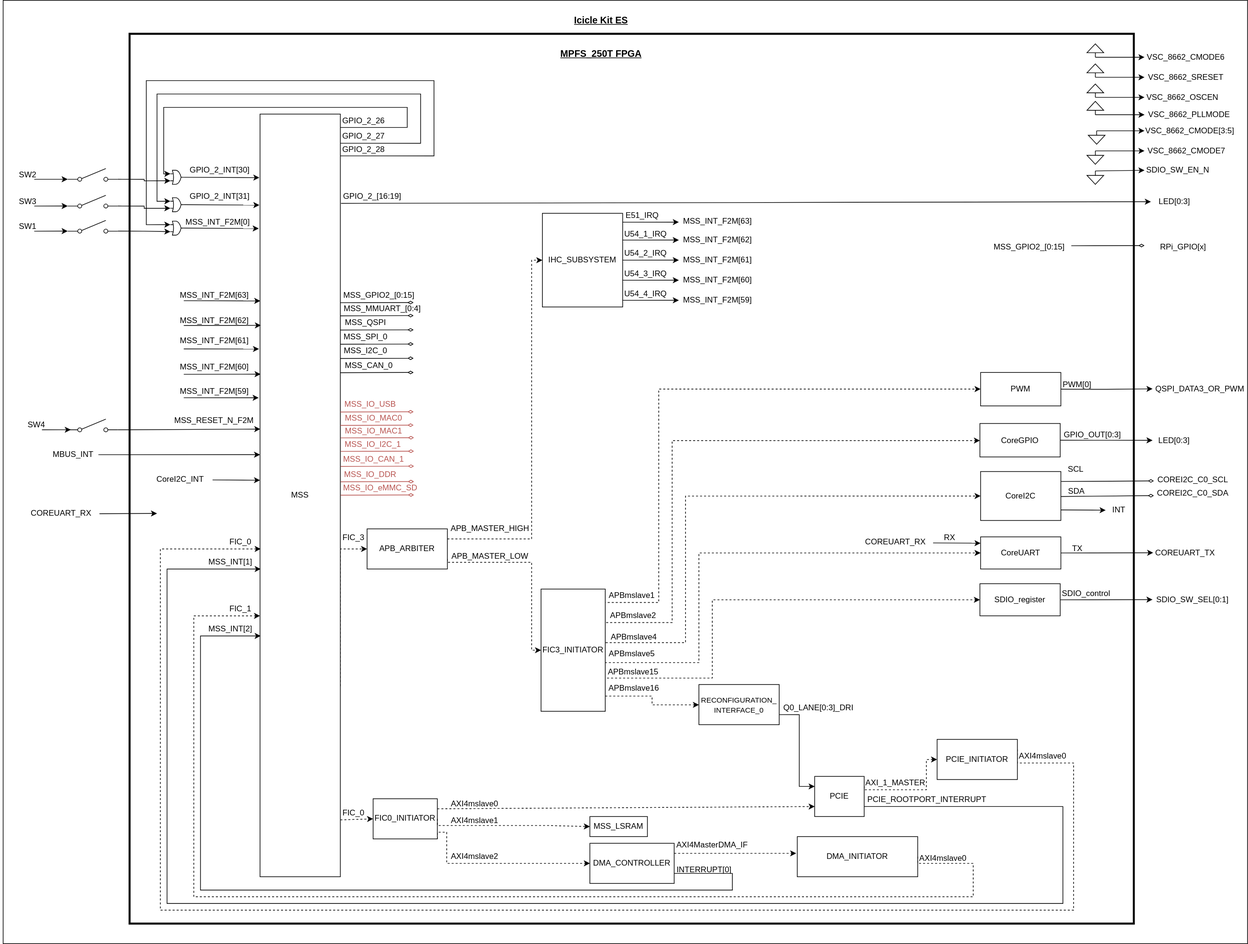
Earlier version of the draw.io export diagrams/block_diagram.svg (polarfire-soc/icicle-kit-reference-design). Source tidied: cells renumbered, new cells last; positions are measured from the earlier drawing's top-left corner, leaving out a move shared by most shapes.
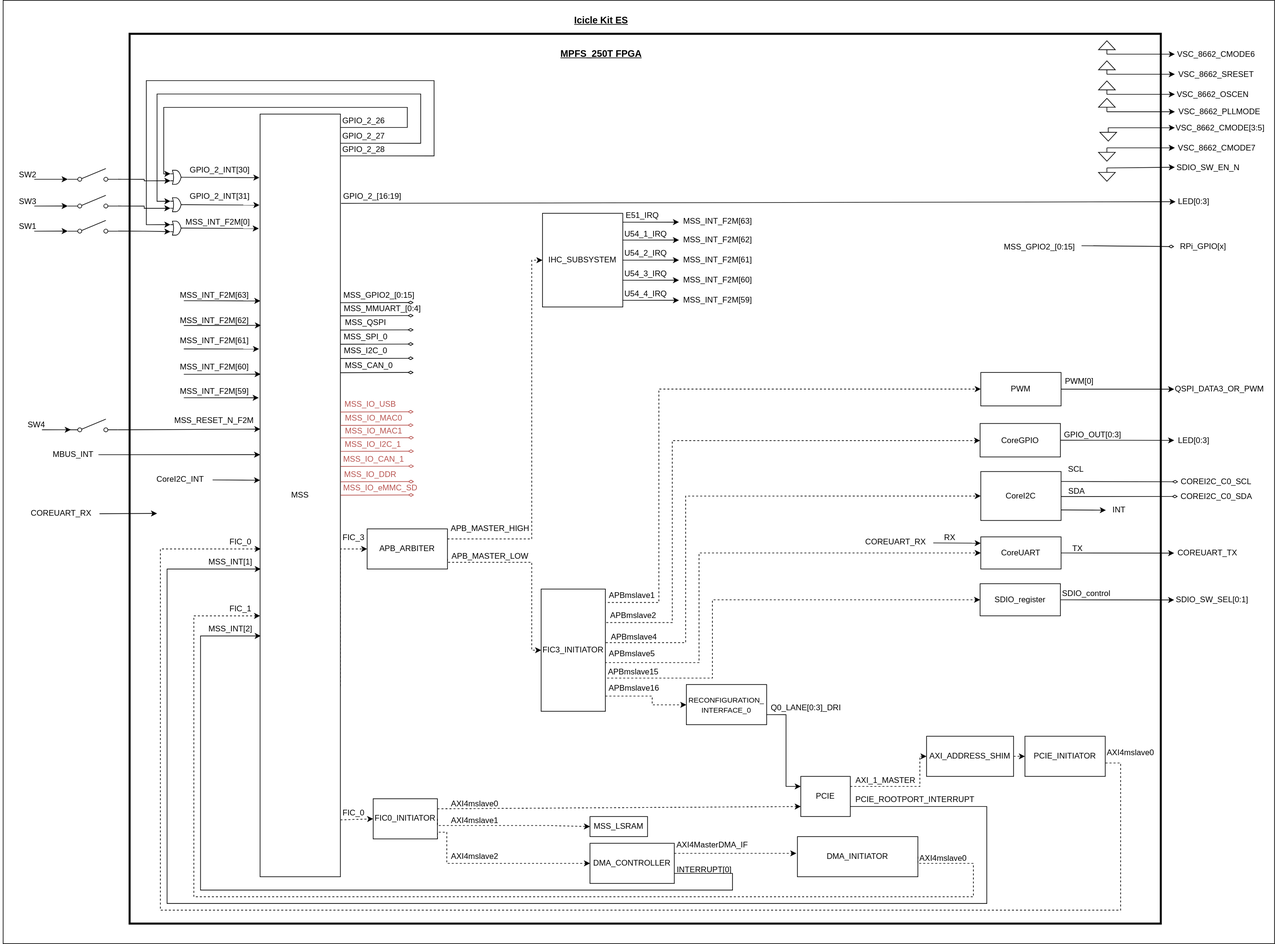
After the change.

Commit message:
Updated block diagram with AXI address shim

Added the AXI addres shim into the block diagram between the PCIe and the PCIe Initiator blocks

The edit, as a diff of the source:
```diff
@@ -5,6 +5,6 @@
     <mxCell id="2" style="rounded=0;whiteSpace=wrap;html=1;" parent="1" vertex="1">
-      <mxGeometry x="4" width="1860" height="1410" as="geometry" />
+      <mxGeometry x="4" width="1900" height="1410" as="geometry" />
     </mxCell>
     <mxCell id="3" style="rounded=0;whiteSpace=wrap;html=1;strokeWidth=3;" parent="1" vertex="1">
-      <mxGeometry x="193" y="50" width="1501" height="1330" as="geometry" />
+      <mxGeometry x="193" y="50" width="1541" height="1330" as="geometry" />
     </mxCell>
@@ -72,4 +72,4 @@
         <Array as="points">
-          <mxPoint x="1588" y="1205" />
-          <mxPoint x="1588" y="1350" />
+          <mxPoint x="1474" y="1205" />
+          <mxPoint x="1474" y="1350" />
           <mxPoint x="249" y="1350" />
@@ -79,13 +79,12 @@
     </mxCell>
-    <mxCell id="14" style="edgeStyle=orthogonalEdgeStyle;rounded=0;jettySize=auto;html=1;exitX=1;exitY=0.25;exitDx=0;exitDy=0;entryX=0;entryY=0.5;entryDx=0;entryDy=0;dashed=1;" parent="1" edge="1" source="15" target="62">
-      <mxGeometry relative="1" as="geometry">
-        <Array as="points">
-          <mxPoint x="1291" y="1180" />
-          <mxPoint x="1384" y="1180" />
-          <mxPoint x="1384" y="1135" />
-        </Array>
-      </mxGeometry>
-    </mxCell>
+    <mxCell id="207" style="edgeStyle=orthogonalEdgeStyle;rounded=0;jettySize=auto;html=1;exitX=1;exitY=0.25;exitDx=0;exitDy=0;entryX=0;entryY=0.5;entryDx=0;entryDy=0;dashed=1;" parent="1" edge="1" source="15" target="210">
+      <mxGeometry relative="1" as="geometry">
+        <Array as="points">
+          <mxPoint x="1374" y="1175" />
+          <mxPoint x="1374" y="1130" />
+        </Array>
+      </mxGeometry>
+    </mxCell>
     <mxCell id="15" value="PCIE" style="rounded=0;whiteSpace=wrap;html=1;" parent="1" vertex="1">
-      <mxGeometry x="1217" y="1160" width="74" height="60" as="geometry" />
+      <mxGeometry x="1196" y="1160" width="74" height="60" as="geometry" />
     </mxCell>
@@ -156,4 +155,4 @@
         <Array as="points">
-          <mxPoint x="1194" y="1068" />
-          <mxPoint x="1194" y="1175" />
+          <mxPoint x="1174" y="1068" />
+          <mxPoint x="1174" y="1175" />
         </Array>
@@ -162,6 +161,6 @@
     <mxCell id="30" value="&lt;font style=&quot;font-size: 11px&quot;&gt;RECONFIGURATION_&lt;br&gt;INTERFACE_0&lt;/font&gt;" style="rounded=0;whiteSpace=wrap;html=1;" parent="1" vertex="1">
-      <mxGeometry x="1044" y="1022.7" width="120" height="60" as="geometry" />
+      <mxGeometry x="1025" y="1022.7" width="120" height="60" as="geometry" />
     </mxCell>
     <mxCell id="31" value="Q0_LANE[0:3]_DRI" style="text;html=1;strokeColor=none;fillColor=none;align=center;verticalAlign=middle;whiteSpace=wrap;rounded=0;" parent="1" vertex="1">
-      <mxGeometry x="1185" y="1047.7" width="76" height="20" as="geometry" />
+      <mxGeometry x="1166" y="1047.7" width="76" height="20" as="geometry" />
     </mxCell>
@@ -171,3 +170,3 @@
     <mxCell id="33" value="LED[0:3]" style="text;html=1;strokeColor=none;fillColor=none;align=center;verticalAlign=middle;whiteSpace=wrap;rounded=0;" parent="1" vertex="1">
-      <mxGeometry x="1719.5" y="291" width="70" height="20" as="geometry" />
+      <mxGeometry x="1756" y="291" width="55" height="20" as="geometry" />
     </mxCell>
@@ -264,5 +263,5 @@
     <mxCell id="60" value="PCIE_ROOTPORT_INTERRUPT&lt;span style=&quot;color: rgba(0 , 0 , 0 , 0) ; font-family: monospace ; font-size: 0px&quot;&gt;%3CmxGraphModel%3E%3Croot%3E%3CmxCell%20id%3D%220%22%2F%3E%3CmxCell%20id%3D%221%22%20parent%3D%220%22%2F%3E%3CmxCell%20id%3D%222%22%20value%3D%22AXI_1_MASTER%22%20style%3D%22text%3Bhtml%3D1%3BstrokeColor%3Dnone%3BfillColor%3Dnone%3Balign%3Dcenter%3BverticalAlign%3Dmiddle%3BwhiteSpace%3Dwrap%3Brounded%3D0%3B%22%20vertex%3D%221%22%20parent%3D%221%22%3E%3CmxGeometry%20x%3D%221040%22%20y%3D%22430%22%20width%3D%2276%22%20height%3D%2220%22%20as%3D%22geometry%22%2F%3E%3C%2FmxCell%3E%3C%2Froot%3E%3C%2FmxGraphModel%OOT&lt;/span&gt;" style="text;html=1;strokeColor=none;fillColor=none;align=center;verticalAlign=middle;whiteSpace=wrap;rounded=0;" parent="1" vertex="1">
-      <mxGeometry x="1347" y="1185" width="76" height="20" as="geometry" />
+      <mxGeometry x="1329" y="1185" width="76" height="20" as="geometry" />
     </mxCell>
-    <mxCell id="61" style="edgeStyle=orthogonalEdgeStyle;rounded=0;jettySize=auto;html=1;exitX=1;exitY=0.25;exitDx=0;exitDy=0;dashed=1;" parent="1" edge="1" source="62">
+    <mxCell id="61" style="edgeStyle=orthogonalEdgeStyle;rounded=0;jettySize=auto;html=1;exitX=0;exitY=0.75;exitDx=0;exitDy=0;dashed=1;" parent="1" edge="1" source="63">
       <mxGeometry relative="1" as="geometry">
@@ -270,5 +269,6 @@
         <Array as="points">
-          <mxPoint x="1520" y="1140" />
-          <mxPoint x="1604" y="1140" />
-          <mxPoint x="1604" y="1360" />
+          <mxPoint x="1644" y="1130" />
+          <mxPoint x="1644" y="1140" />
+          <mxPoint x="1674" y="1140" />
+          <mxPoint x="1674" y="1360" />
           <mxPoint x="239" y="1360" />
@@ -279,6 +279,6 @@
     <mxCell id="62" value="PCIE_INITIATOR" style="rounded=0;whiteSpace=wrap;html=1;" parent="1" vertex="1">
-      <mxGeometry x="1400" y="1104.7" width="120" height="60" as="geometry" />
+      <mxGeometry x="1531" y="1100" width="120" height="60" as="geometry" />
     </mxCell>
     <mxCell id="63" value="AXI4mslave0" style="text;html=1;strokeColor=none;fillColor=none;align=center;verticalAlign=middle;whiteSpace=wrap;rounded=0;" parent="1" vertex="1">
-      <mxGeometry x="1520" y="1120" width="76" height="20" as="geometry" />
+      <mxGeometry x="1651" y="1115.3" width="76" height="20" as="geometry" />
     </mxCell>
@@ -361,3 +361,3 @@
     <mxCell id="82" value="SDIO_SW_EN_N" style="text;html=1;strokeColor=none;fillColor=none;align=center;verticalAlign=middle;whiteSpace=wrap;rounded=0;" parent="1" vertex="1">
-      <mxGeometry x="1710" y="244" width="100" height="20" as="geometry" />
+      <mxGeometry x="1755" y="239.5" width="100" height="20" as="geometry" />
     </mxCell>
@@ -367,3 +367,3 @@
     <mxCell id="84" style="verticalLabelPosition=bottom;shadow=0;dashed=0;align=center;html=1;verticalAlign=top;shape=mxgraph.electrical.signal_sources.signal_ground;fontColor=#B85450;" parent="1" vertex="1">
-      <mxGeometry x="1624" y="255" width="25" height="20" as="geometry" />
+      <mxGeometry x="1641" y="250.5" width="25" height="20" as="geometry" />
     </mxCell>
@@ -451,6 +451,4 @@
     </mxCell>
-    <mxCell id="97" style="edgeStyle=orthogonalEdgeStyle;rounded=0;jettySize=auto;html=1;exitX=1;exitY=0.5;exitDx=0;exitDy=0;" parent="1" edge="1" source="98">
-      <mxGeometry relative="1" as="geometry">
-        <mxPoint x="1722" y="657.7" as="targetPoint" />
-      </mxGeometry>
+    <mxCell id="97" style="edgeStyle=orthogonalEdgeStyle;rounded=0;jettySize=auto;html=1;exitX=1;exitY=0.5;exitDx=0;exitDy=0;entryX=0;entryY=0.5;entryDx=0;entryDy=0;" parent="1" edge="1" source="98" target="176">
+      <mxGeometry relative="1" as="geometry" />
     </mxCell>
@@ -462,6 +460,4 @@
     </mxCell>
-    <mxCell id="100" style="edgeStyle=none;rounded=0;jettySize=auto;html=1;exitX=1;exitY=0.5;exitDx=0;exitDy=0;" parent="1" edge="1" source="101">
-      <mxGeometry relative="1" as="geometry">
-        <mxPoint x="1722" y="895.7" as="targetPoint" />
-      </mxGeometry>
+    <mxCell id="100" style="edgeStyle=none;rounded=0;jettySize=auto;html=1;exitX=1;exitY=0.5;exitDx=0;exitDy=0;entryX=0;entryY=0.5;entryDx=0;entryDy=0;" parent="1" edge="1" source="101" target="175">
+      <mxGeometry relative="1" as="geometry" />
     </mxCell>
@@ -474,3 +470,3 @@
     <mxCell id="103" value="VSC_8662_CMODE[3:5]" style="text;html=1;strokeColor=none;fillColor=none;align=center;verticalAlign=middle;whiteSpace=wrap;rounded=0;" parent="1" vertex="1">
-      <mxGeometry x="1710" y="185" width="136" height="20" as="geometry" />
+      <mxGeometry x="1755" y="180.5" width="136" height="20" as="geometry" />
     </mxCell>
@@ -480,3 +476,3 @@
     <mxCell id="105" style="verticalLabelPosition=bottom;shadow=0;dashed=0;align=center;html=1;verticalAlign=top;shape=mxgraph.electrical.signal_sources.signal_ground;fontColor=#B85450;" parent="1" vertex="1">
-      <mxGeometry x="1626" y="195" width="25" height="20" as="geometry" />
+      <mxGeometry x="1643" y="190.5" width="25" height="20" as="geometry" />
     </mxCell>
@@ -486,3 +482,3 @@
     <mxCell id="107" value="VSC_8662_CMODE7" style="text;html=1;strokeColor=none;fillColor=none;align=center;verticalAlign=middle;whiteSpace=wrap;rounded=0;" parent="1" vertex="1">
-      <mxGeometry x="1710" y="215" width="126" height="20" as="geometry" />
+      <mxGeometry x="1755" y="210.5" width="126" height="20" as="geometry" />
     </mxCell>
@@ -492,6 +488,6 @@
     <mxCell id="109" style="verticalLabelPosition=bottom;shadow=0;dashed=0;align=center;html=1;verticalAlign=top;shape=mxgraph.electrical.signal_sources.signal_ground;fontColor=#B85450;" parent="1" vertex="1">
-      <mxGeometry x="1624" y="225" width="25" height="20" as="geometry" />
+      <mxGeometry x="1641" y="220.5" width="25" height="20" as="geometry" />
     </mxCell>
     <mxCell id="110" value="VSC_8662_CMODE6" style="text;html=1;strokeColor=none;fillColor=none;align=center;verticalAlign=middle;whiteSpace=wrap;rounded=0;" parent="1" vertex="1">
-      <mxGeometry x="1710" y="75" width="124" height="20" as="geometry" />
+      <mxGeometry x="1755" y="70.5" width="124" height="20" as="geometry" />
     </mxCell>
@@ -501,6 +497,6 @@
     <mxCell id="112" style="verticalLabelPosition=bottom;shadow=0;dashed=0;align=center;html=1;verticalAlign=top;shape=mxgraph.electrical.signal_sources.signal_ground;fontColor=#B85450;rotation=-180;" parent="1" vertex="1">
-      <mxGeometry x="1624" y="65" width="25" height="20" as="geometry" />
+      <mxGeometry x="1641" y="60.5" width="25" height="20" as="geometry" />
     </mxCell>
     <mxCell id="113" value="VSC_8662_SRESET" style="text;html=1;strokeColor=none;fillColor=none;align=center;verticalAlign=middle;whiteSpace=wrap;rounded=0;" parent="1" vertex="1">
-      <mxGeometry x="1710" y="105" width="124" height="20" as="geometry" />
+      <mxGeometry x="1755" y="100.5" width="124" height="20" as="geometry" />
     </mxCell>
@@ -510,6 +506,6 @@
     <mxCell id="115" style="verticalLabelPosition=bottom;shadow=0;dashed=0;align=center;html=1;verticalAlign=top;shape=mxgraph.electrical.signal_sources.signal_ground;fontColor=#B85450;rotation=-180;" parent="1" vertex="1">
-      <mxGeometry x="1624" y="95" width="25" height="20" as="geometry" />
+      <mxGeometry x="1641" y="90.5" width="25" height="20" as="geometry" />
     </mxCell>
     <mxCell id="116" value="VSC_8662_OSCEN" style="text;html=1;strokeColor=none;fillColor=none;align=center;verticalAlign=middle;whiteSpace=wrap;rounded=0;" parent="1" vertex="1">
-      <mxGeometry x="1710" y="135" width="114" height="20" as="geometry" />
+      <mxGeometry x="1755" y="130.5" width="114" height="20" as="geometry" />
     </mxCell>
@@ -519,6 +515,6 @@
     <mxCell id="118" style="verticalLabelPosition=bottom;shadow=0;dashed=0;align=center;html=1;verticalAlign=top;shape=mxgraph.electrical.signal_sources.signal_ground;fontColor=#B85450;rotation=-180;" parent="1" vertex="1">
-      <mxGeometry x="1624" y="125" width="25" height="20" as="geometry" />
+      <mxGeometry x="1641" y="120.5" width="25" height="20" as="geometry" />
     </mxCell>
     <mxCell id="119" value="VSC_8662_PLLMODE" style="text;html=1;strokeColor=none;fillColor=none;align=center;verticalAlign=middle;whiteSpace=wrap;rounded=0;" parent="1" vertex="1">
-      <mxGeometry x="1710" y="161" width="134" height="20" as="geometry" />
+      <mxGeometry x="1755" y="156.5" width="134" height="20" as="geometry" />
     </mxCell>
@@ -528,3 +524,3 @@
     <mxCell id="121" style="verticalLabelPosition=bottom;shadow=0;dashed=0;align=center;html=1;verticalAlign=top;shape=mxgraph.electrical.signal_sources.signal_ground;fontColor=#B85450;rotation=-180;" parent="1" vertex="1">
-      <mxGeometry x="1624" y="151" width="25" height="20" as="geometry" />
+      <mxGeometry x="1641" y="146.5" width="25" height="20" as="geometry" />
     </mxCell>
@@ -598,7 +594,5 @@
     </mxCell>
-    <mxCell id="139" style="edgeStyle=orthogonalEdgeStyle;rounded=0;jettySize=auto;html=1;exitX=1;exitY=0.5;exitDx=0;exitDy=0;" parent="1" edge="1" source="140">
-      <mxGeometry relative="1" as="geometry">
-        <mxPoint x="1722" y="580.7" as="targetPoint" />
-      </mxGeometry>
-    </mxCell>
+    <mxCell id="208" style="edgeStyle=orthogonalEdgeStyle;rounded=0;jettySize=auto;html=1;exitX=1;exitY=0.5;exitDx=0;exitDy=0;entryX=0;entryY=0.5;entryDx=0;entryDy=0;" parent="1" edge="1" source="140" target="177">
+      <mxGeometry relative="1" as="geometry" />
+    </mxCell>
     <mxCell id="140" value="PWM" style="rounded=0;whiteSpace=wrap;html=1;" parent="1" vertex="1">
@@ -610,3 +604,3 @@
     <mxCell id="142" value="PWM[0]" style="text;html=1;strokeColor=none;fillColor=none;align=center;verticalAlign=middle;whiteSpace=wrap;rounded=0;" parent="1" vertex="1">
-      <mxGeometry x="1585" y="565" width="49" height="20" as="geometry" />
+      <mxGeometry x="1588" y="560" width="49" height="20" as="geometry" />
     </mxCell>
@@ -633,3 +627,3 @@
     <mxCell id="146" value="AXI_1_MASTER" style="text;html=1;strokeColor=none;fillColor=none;align=center;verticalAlign=middle;whiteSpace=wrap;rounded=0;" parent="1" vertex="1">
-      <mxGeometry x="1300" y="1160" width="76" height="20" as="geometry" />
+      <mxGeometry x="1285" y="1156" width="76" height="20" as="geometry" />
     </mxCell>
@@ -778,14 +772,13 @@
     <mxCell id="175" value="SDIO_SW_SEL[0:1]" style="text;html=1;strokeColor=none;fillColor=none;align=center;verticalAlign=middle;whiteSpace=wrap;rounded=0;" parent="1" vertex="1">
-      <mxGeometry x="1725" y="886" width="114" height="20" as="geometry" />
+      <mxGeometry x="1754" y="886.3" width="114" height="20" as="geometry" />
     </mxCell>
     <mxCell id="176" value="LED[0:3]" style="text;html=1;strokeColor=none;fillColor=none;align=center;verticalAlign=middle;whiteSpace=wrap;rounded=0;" parent="1" vertex="1">
-      <mxGeometry x="1725" y="647.5" width="59" height="20" as="geometry" />
+      <mxGeometry x="1754" y="647.8" width="59" height="20" as="geometry" />
     </mxCell>
     <mxCell id="177" value="QSPI_DATA3_OR_PWM" style="text;html=1;strokeColor=none;fillColor=none;align=center;verticalAlign=middle;whiteSpace=wrap;rounded=0;" parent="1" vertex="1">
-      <mxGeometry x="1725" y="571.3" width="136" height="20" as="geometry" />
+      <mxGeometry x="1754" y="571.3" width="136" height="20" as="geometry" />
     </mxCell>
-    <mxCell id="178" style="edgeStyle=none;rounded=0;orthogonalLoop=1;jettySize=auto;html=1;exitX=0.008;exitY=0.952;exitDx=0;exitDy=0;exitPerimeter=0;endArrow=diamondThin;endFill=0;fillColor=#f8cecc;" parent="1" edge="1">
+    <mxCell id="178" style="edgeStyle=none;rounded=0;jettySize=auto;html=1;exitX=0.008;exitY=0.952;exitDx=0;exitDy=0;exitPerimeter=0;endArrow=diamondThin;endFill=0;fillColor=#f8cecc;entryX=0;entryY=0.5;entryDx=0;entryDy=0;" parent="1" edge="1" target="193">
       <mxGeometry relative="1" as="geometry">
         <mxPoint x="1585" y="719.2" as="sourcePoint" />
-        <mxPoint x="1724" y="718.3" as="targetPoint" />
       </mxGeometry>
@@ -798,12 +791,9 @@
     </mxCell>
-    <mxCell id="181" style="edgeStyle=none;rounded=0;orthogonalLoop=1;jettySize=auto;html=1;exitX=0.008;exitY=0.952;exitDx=0;exitDy=0;exitPerimeter=0;endArrow=diamondThin;endFill=0;fillColor=#f8cecc;" parent="1" edge="1">
+    <mxCell id="181" style="edgeStyle=none;rounded=0;jettySize=auto;html=1;exitX=0.008;exitY=0.952;exitDx=0;exitDy=0;exitPerimeter=0;endArrow=diamondThin;endFill=0;fillColor=#f8cecc;entryX=0;entryY=0.5;entryDx=0;entryDy=0;" parent="1" edge="1" target="194">
       <mxGeometry relative="1" as="geometry">
         <mxPoint x="1585" y="741.6" as="sourcePoint" />
-        <mxPoint x="1724" y="740.3" as="targetPoint" />
       </mxGeometry>
     </mxCell>
-    <mxCell id="182" style="edgeStyle=none;rounded=0;jettySize=auto;html=1;exitX=1;exitY=0.5;exitDx=0;exitDy=0;" parent="1" edge="1" source="183">
-      <mxGeometry relative="1" as="geometry">
-        <mxPoint x="1723" y="825.7" as="targetPoint" />
-      </mxGeometry>
+    <mxCell id="182" style="edgeStyle=none;rounded=0;jettySize=auto;html=1;exitX=1;exitY=0.5;exitDx=0;exitDy=0;entryX=0;entryY=0.5;entryDx=0;entryDy=0;" parent="1" edge="1" source="183" target="185">
+      <mxGeometry relative="1" as="geometry" />
     </mxCell>
@@ -816,3 +806,3 @@
     <mxCell id="185" value="COREUART_TX" style="text;html=1;strokeColor=none;fillColor=none;align=center;verticalAlign=middle;whiteSpace=wrap;rounded=0;" parent="1" vertex="1">
-      <mxGeometry x="1725" y="816" width="92" height="20" as="geometry" />
+      <mxGeometry x="1754" y="816.2" width="100" height="20" as="geometry" />
     </mxCell>
@@ -846,6 +836,6 @@
     <mxCell id="193" value="COREI2C_C0_SCL" style="text;html=1;strokeColor=none;fillColor=none;align=center;verticalAlign=middle;whiteSpace=wrap;rounded=0;" parent="1" vertex="1">
-      <mxGeometry x="1731" y="707.3" width="103" height="20" as="geometry" />
+      <mxGeometry x="1760" y="709.6" width="114" height="20" as="geometry" />
     </mxCell>
     <mxCell id="194" value="COREI2C_C0_SDA" style="text;html=1;strokeColor=none;fillColor=none;align=center;verticalAlign=middle;whiteSpace=wrap;rounded=0;" parent="1" vertex="1">
-      <mxGeometry x="1730.5" y="727.3" width="103" height="20" as="geometry" />
+      <mxGeometry x="1759.5" y="731.6" width="114.5" height="20" as="geometry" />
     </mxCell>
@@ -860,6 +850,5 @@
     </mxCell>
-    <mxCell id="197" style="edgeStyle=none;rounded=0;orthogonalLoop=1;jettySize=auto;html=1;exitX=0.008;exitY=0.952;exitDx=0;exitDy=0;exitPerimeter=0;endArrow=diamondThin;endFill=0;fillColor=#f8cecc;" parent="1" edge="1">
+    <mxCell id="197" style="edgeStyle=none;rounded=0;jettySize=auto;html=1;exitX=0.008;exitY=0.952;exitDx=0;exitDy=0;exitPerimeter=0;endArrow=diamondThin;endFill=0;fillColor=#f8cecc;entryX=0;entryY=0.5;entryDx=0;entryDy=0;" parent="1" edge="1" target="199">
       <mxGeometry relative="1" as="geometry">
-        <mxPoint x="1600.6" y="366.8" as="sourcePoint" />
-        <mxPoint x="1710" y="366.5" as="targetPoint" />
+        <mxPoint x="1615.6" y="366.8" as="sourcePoint" />
       </mxGeometry>
@@ -867,6 +856,6 @@
     <mxCell id="198" value="MSS_GPIO2_[0:15]" style="text;html=1;strokeColor=none;fillColor=none;align=center;verticalAlign=middle;whiteSpace=wrap;rounded=0;" parent="1" vertex="1">
-      <mxGeometry x="1480" y="358.4" width="116" height="21.2" as="geometry" />
+      <mxGeometry x="1495" y="358.4" width="116" height="21.2" as="geometry" />
     </mxCell>
     <mxCell id="199" value="RPi_GPIO[x]" style="text;html=1;strokeColor=none;fillColor=none;align=center;verticalAlign=middle;whiteSpace=wrap;rounded=0;" parent="1" vertex="1">
-      <mxGeometry x="1710" y="358.4" width="116" height="21.2" as="geometry" />
+      <mxGeometry x="1754" y="357.4" width="87" height="21.2" as="geometry" />
     </mxCell>
@@ -902,2 +891,8 @@
     </mxCell>
+    <mxCell id="209" style="edgeStyle=orthogonalEdgeStyle;rounded=0;jettySize=auto;html=1;exitX=1;exitY=0.5;exitDx=0;exitDy=0;entryX=0;entryY=0.5;entryDx=0;entryDy=0;dashed=1;" parent="1" edge="1" source="210" target="62">
+      <mxGeometry relative="1" as="geometry" />
+    </mxCell>
+    <mxCell id="210" value="AXI_ADDRESS_SHIM" style="rounded=0;whiteSpace=wrap;html=1;" parent="1" vertex="1">
+      <mxGeometry x="1384" y="1100" width="130" height="60" as="geometry" />
+    </mxCell>
   </root>
```
